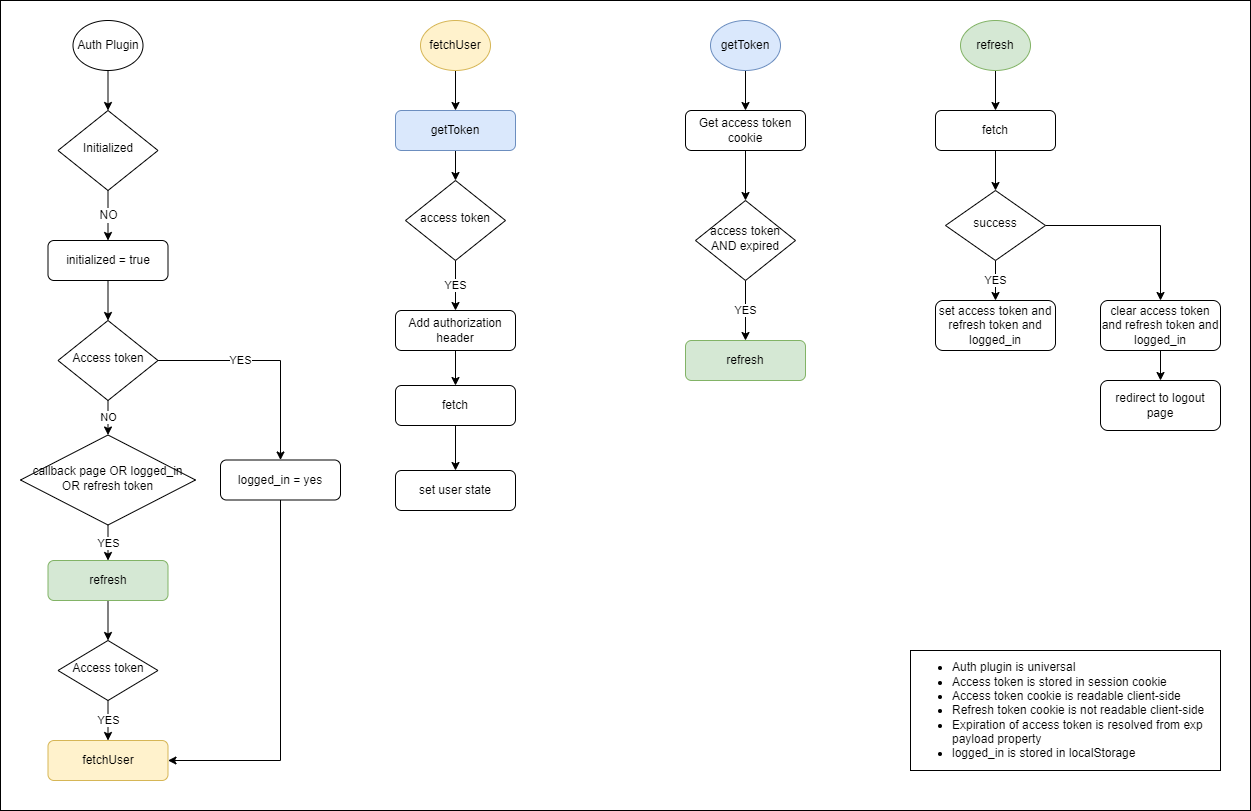
Earlier version of the draw.io export design/2-2-5.png (becem-gharbi/nuxt-directus). Source tidied: cells renumbered, new cells last; positions are measured from the earlier drawing's top-left corner, leaving out a move shared by most shapes.
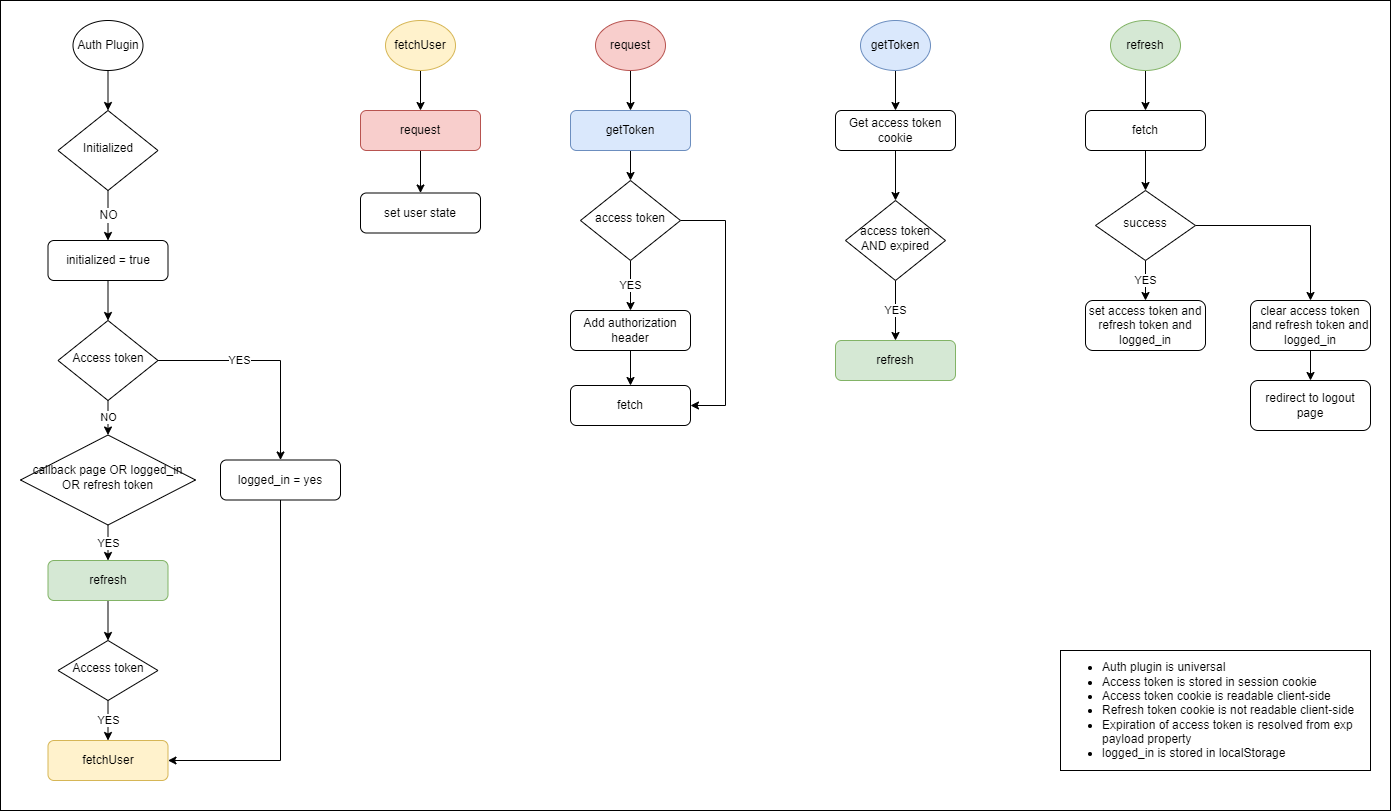
The same file after the commit.

What changed in the source:
```diff
@@ -3,7 +3,7 @@
     <mxCell id="0" />
     <mxCell id="1" parent="0" />
     <mxCell id="2" style="rounded=0;whiteSpace=wrap;html=1;fontSize=12;glass=0;fillColor=none;" parent="1" vertex="1">
-      <mxGeometry width="1250" height="810" as="geometry" />
+      <mxGeometry width="1390" height="810" as="geometry" />
     </mxCell>
     <mxCell id="3" value="NO" style="edgeStyle=orthogonalEdgeStyle;rounded=0;jettySize=auto;html=1;entryX=0.5;entryY=0;entryDx=0;entryDy=0;fontSize=12;" parent="1" edge="1" source="4" target="38">
       <mxGeometry relative="1" as="geometry" />
@@ -17,68 +17,44 @@
     <mxCell id="6" value="Auth Plugin" style="ellipse;whiteSpace=wrap;html=1;" parent="1" vertex="1">
       <mxGeometry x="72.5" y="20" width="70" height="50" as="geometry" />
     </mxCell>
-    <mxCell id="7" style="edgeStyle=orthogonalEdgeStyle;rounded=0;jettySize=auto;html=1;entryX=0.5;entryY=0;entryDx=0;entryDy=0;" parent="1" edge="1" source="8" target="10">
+    <mxCell id="7" style="edgeStyle=orthogonalEdgeStyle;rounded=0;jettySize=auto;html=1;entryX=0.5;entryY=0;entryDx=0;entryDy=0;" parent="1" edge="1" source="8" target="55">
       <mxGeometry relative="1" as="geometry" />
     </mxCell>
     <mxCell id="8" value="fetchUser" style="ellipse;whiteSpace=wrap;html=1;fillColor=#fff2cc;strokeColor=#d6b656;" parent="1" vertex="1">
-      <mxGeometry x="420" y="20" width="70" height="50" as="geometry" />
+      <mxGeometry x="385" y="20" width="70" height="50" as="geometry" />
     </mxCell>
-    <mxCell id="9" style="edgeStyle=orthogonalEdgeStyle;rounded=0;jettySize=auto;html=1;entryX=0.5;entryY=0;entryDx=0;entryDy=0;" parent="1" edge="1" source="10" target="12">
-      <mxGeometry relative="1" as="geometry" />
-    </mxCell>
-    <mxCell id="10" value="getToken" style="rounded=1;whiteSpace=wrap;html=1;fontSize=12;glass=0;strokeWidth=1;shadow=0;fillColor=#dae8fc;strokeColor=#6c8ebf;" parent="1" vertex="1">
-      <mxGeometry x="395" y="110" width="120" height="40" as="geometry" />
-    </mxCell>
-    <mxCell id="11" value="YES" style="edgeStyle=orthogonalEdgeStyle;rounded=0;jettySize=auto;html=1;entryX=0.5;entryY=0;entryDx=0;entryDy=0;" parent="1" edge="1" source="12" target="14">
-      <mxGeometry relative="1" as="geometry" />
-    </mxCell>
-    <mxCell id="12" value="access token" style="rhombus;whiteSpace=wrap;html=1;shadow=0;fontFamily=Helvetica;fontSize=12;align=center;strokeWidth=1;spacing=6;spacingTop=-4;" parent="1" vertex="1">
-      <mxGeometry x="405" y="180" width="100" height="80" as="geometry" />
-    </mxCell>
-    <mxCell id="13" style="edgeStyle=orthogonalEdgeStyle;rounded=0;jettySize=auto;html=1;entryX=0.5;entryY=0;entryDx=0;entryDy=0;" parent="1" edge="1" source="14" target="16">
-      <mxGeometry relative="1" as="geometry" />
-    </mxCell>
-    <mxCell id="14" value="Add authorization header" style="rounded=1;whiteSpace=wrap;html=1;fontSize=12;glass=0;strokeWidth=1;shadow=0;" parent="1" vertex="1">
-      <mxGeometry x="395" y="310" width="120" height="40" as="geometry" />
-    </mxCell>
-    <mxCell id="15" style="edgeStyle=orthogonalEdgeStyle;rounded=0;jettySize=auto;html=1;fontSize=12;" parent="1" edge="1" source="16" target="36">
-      <mxGeometry relative="1" as="geometry" />
-    </mxCell>
-    <mxCell id="16" value="fetch" style="rounded=1;whiteSpace=wrap;html=1;fontSize=12;glass=0;strokeWidth=1;shadow=0;" parent="1" vertex="1">
-      <mxGeometry x="395" y="385" width="120" height="40" as="geometry" />
-    </mxCell>
     <mxCell id="17" style="edgeStyle=orthogonalEdgeStyle;rounded=0;jettySize=auto;html=1;entryX=0.5;entryY=0;entryDx=0;entryDy=0;" parent="1" edge="1" source="18" target="20">
       <mxGeometry relative="1" as="geometry" />
     </mxCell>
     <mxCell id="18" value="getToken" style="ellipse;whiteSpace=wrap;html=1;fillColor=#dae8fc;strokeColor=#6c8ebf;" parent="1" vertex="1">
-      <mxGeometry x="710" y="20" width="70" height="50" as="geometry" />
+      <mxGeometry x="860" y="20" width="70" height="50" as="geometry" />
     </mxCell>
     <mxCell id="19" style="edgeStyle=orthogonalEdgeStyle;rounded=0;jettySize=auto;html=1;entryX=0.5;entryY=0;entryDx=0;entryDy=0;" parent="1" edge="1" source="20" target="22">
       <mxGeometry relative="1" as="geometry" />
     </mxCell>
     <mxCell id="20" value="Get access token cookie" style="rounded=1;whiteSpace=wrap;html=1;fontSize=12;glass=0;strokeWidth=1;shadow=0;" parent="1" vertex="1">
-      <mxGeometry x="685" y="110" width="120" height="40" as="geometry" />
+      <mxGeometry x="835" y="110" width="120" height="40" as="geometry" />
     </mxCell>
     <mxCell id="21" value="YES" style="edgeStyle=orthogonalEdgeStyle;rounded=0;jettySize=auto;html=1;entryX=0.5;entryY=0;entryDx=0;entryDy=0;" parent="1" edge="1" source="22" target="23">
       <mxGeometry relative="1" as="geometry" />
     </mxCell>
     <mxCell id="22" value="access token AND expired" style="rhombus;whiteSpace=wrap;html=1;shadow=0;fontFamily=Helvetica;fontSize=12;align=center;strokeWidth=1;spacing=6;spacingTop=-4;" parent="1" vertex="1">
-      <mxGeometry x="695" y="200" width="100" height="80" as="geometry" />
+      <mxGeometry x="845" y="200" width="100" height="80" as="geometry" />
     </mxCell>
     <mxCell id="23" value="refresh" style="rounded=1;whiteSpace=wrap;html=1;fontSize=12;glass=0;strokeWidth=1;shadow=0;fillColor=#d5e8d4;strokeColor=#82b366;" parent="1" vertex="1">
-      <mxGeometry x="685" y="340" width="120" height="40" as="geometry" />
+      <mxGeometry x="835" y="340" width="120" height="40" as="geometry" />
     </mxCell>
     <mxCell id="24" style="edgeStyle=orthogonalEdgeStyle;rounded=0;jettySize=auto;html=1;entryX=0.5;entryY=0;entryDx=0;entryDy=0;" parent="1" edge="1" source="25" target="27">
       <mxGeometry relative="1" as="geometry" />
     </mxCell>
     <mxCell id="25" value="refresh" style="ellipse;whiteSpace=wrap;html=1;fillColor=#d5e8d4;strokeColor=#82b366;" parent="1" vertex="1">
-      <mxGeometry x="960" y="20" width="70" height="50" as="geometry" />
+      <mxGeometry x="1110" y="20" width="70" height="50" as="geometry" />
     </mxCell>
     <mxCell id="26" style="edgeStyle=orthogonalEdgeStyle;rounded=0;jettySize=auto;html=1;entryX=0.5;entryY=0;entryDx=0;entryDy=0;" parent="1" edge="1" source="27" target="30">
       <mxGeometry relative="1" as="geometry" />
     </mxCell>
     <mxCell id="27" value="fetch" style="rounded=1;whiteSpace=wrap;html=1;fontSize=12;glass=0;strokeWidth=1;shadow=0;" parent="1" vertex="1">
-      <mxGeometry x="935" y="110" width="120" height="40" as="geometry" />
+      <mxGeometry x="1085" y="110" width="120" height="40" as="geometry" />
     </mxCell>
     <mxCell id="28" value="YES" style="edgeStyle=orthogonalEdgeStyle;rounded=0;jettySize=auto;html=1;" parent="1" edge="1" source="30" target="31">
       <mxGeometry relative="1" as="geometry" />
@@ -87,25 +63,25 @@
       <mxGeometry relative="1" as="geometry" />
     </mxCell>
     <mxCell id="30" value="success" style="rhombus;whiteSpace=wrap;html=1;shadow=0;fontFamily=Helvetica;fontSize=12;align=center;strokeWidth=1;spacing=6;spacingTop=-4;" parent="1" vertex="1">
-      <mxGeometry x="945" y="190" width="100" height="70" as="geometry" />
+      <mxGeometry x="1095" y="190" width="100" height="70" as="geometry" />
     </mxCell>
     <mxCell id="31" value="set access token and refresh token and logged_in" style="rounded=1;whiteSpace=wrap;html=1;fontSize=12;glass=0;strokeWidth=1;shadow=0;" parent="1" vertex="1">
-      <mxGeometry x="935" y="300" width="120" height="50" as="geometry" />
+      <mxGeometry x="1085" y="300" width="120" height="50" as="geometry" />
     </mxCell>
     <mxCell id="32" style="edgeStyle=orthogonalEdgeStyle;rounded=0;jettySize=auto;html=1;" parent="1" edge="1" source="33" target="34">
       <mxGeometry relative="1" as="geometry" />
     </mxCell>
     <mxCell id="33" value="clear access token and refresh token and logged_in" style="rounded=1;whiteSpace=wrap;html=1;fontSize=12;glass=0;strokeWidth=1;shadow=0;" parent="1" vertex="1">
-      <mxGeometry x="1100" y="300" width="120" height="50" as="geometry" />
+      <mxGeometry x="1250" y="300" width="120" height="50" as="geometry" />
     </mxCell>
     <mxCell id="34" value="redirect to logout page" style="rounded=1;whiteSpace=wrap;html=1;fontSize=12;glass=0;strokeWidth=1;shadow=0;" parent="1" vertex="1">
-      <mxGeometry x="1100" y="380" width="120" height="50" as="geometry" />
+      <mxGeometry x="1250" y="380" width="120" height="50" as="geometry" />
     </mxCell>
     <mxCell id="35" value="&lt;font style=&quot;font-size: 12px;&quot;&gt;&lt;ul&gt;&lt;li&gt;&lt;font style=&quot;font-size: 12px;&quot;&gt;Auth plugin is universal&lt;/font&gt;&lt;/li&gt;&lt;li&gt;&lt;font style=&quot;font-size: 12px;&quot;&gt;Access token is stored in session cookie&lt;/font&gt;&lt;/li&gt;&lt;li&gt;&lt;font style=&quot;font-size: 12px;&quot;&gt;Access token cookie is readable client-side&amp;nbsp;&lt;/font&gt;&lt;/li&gt;&lt;li&gt;Refresh token cookie is not readable client-side&lt;/li&gt;&lt;li&gt;&lt;font style=&quot;font-size: 12px;&quot;&gt;Expiration of access token is resolved from exp payload property&lt;/font&gt;&lt;/li&gt;&lt;li&gt;logged_in is stored in localStorage&lt;/li&gt;&lt;/ul&gt;&lt;/font&gt;" style="rounded=0;whiteSpace=wrap;html=1;align=left;" parent="1" vertex="1">
-      <mxGeometry x="910" y="650" width="310" height="120" as="geometry" />
+      <mxGeometry x="1060" y="650" width="310" height="120" as="geometry" />
     </mxCell>
     <mxCell id="36" value="set user state" style="rounded=1;whiteSpace=wrap;html=1;fontSize=12;glass=0;strokeWidth=1;shadow=0;" parent="1" vertex="1">
-      <mxGeometry x="395" y="470" width="120" height="40" as="geometry" />
+      <mxGeometry x="360" y="192.5" width="120" height="40" as="geometry" />
     </mxCell>
     <mxCell id="37" style="edgeStyle=orthogonalEdgeStyle;rounded=0;jettySize=auto;html=1;" parent="1" edge="1" source="38" target="41">
       <mxGeometry relative="1" as="geometry" />
@@ -153,5 +129,46 @@
     <mxCell id="50" value="Access token" style="rhombus;whiteSpace=wrap;html=1;shadow=0;fontFamily=Helvetica;fontSize=12;align=center;strokeWidth=1;spacing=6;spacingTop=-4;" parent="1" vertex="1">
       <mxGeometry x="57.5" y="640" width="100" height="60" as="geometry" />
     </mxCell>
+    <mxCell id="51" style="edgeStyle=orthogonalEdgeStyle;rounded=0;jettySize=auto;html=1;entryX=0.5;entryY=0;entryDx=0;entryDy=0;" parent="1" edge="1" source="52" target="10">
+      <mxGeometry relative="1" as="geometry" />
+    </mxCell>
+    <mxCell id="52" value="request" style="ellipse;whiteSpace=wrap;html=1;fillColor=#f8cecc;strokeColor=#b85450;" parent="1" vertex="1">
+      <mxGeometry x="595" y="20" width="70" height="50" as="geometry" />
+    </mxCell>
+    <mxCell id="9" style="edgeStyle=orthogonalEdgeStyle;rounded=0;jettySize=auto;html=1;entryX=0.5;entryY=0;entryDx=0;entryDy=0;" parent="1" edge="1" source="10" target="12">
+      <mxGeometry relative="1" as="geometry" />
+    </mxCell>
+    <mxCell id="10" value="getToken" style="rounded=1;whiteSpace=wrap;html=1;fontSize=12;glass=0;strokeWidth=1;shadow=0;fillColor=#dae8fc;strokeColor=#6c8ebf;" parent="1" vertex="1">
+      <mxGeometry x="570" y="110" width="120" height="40" as="geometry" />
+    </mxCell>
+    <mxCell id="11" value="YES" style="edgeStyle=orthogonalEdgeStyle;rounded=0;jettySize=auto;html=1;entryX=0.5;entryY=0;entryDx=0;entryDy=0;" parent="1" edge="1" source="12" target="14">
+      <mxGeometry relative="1" as="geometry" />
+    </mxCell>
+    <mxCell id="53" style="edgeStyle=orthogonalEdgeStyle;rounded=0;jettySize=auto;html=1;entryX=1;entryY=0.5;entryDx=0;entryDy=0;" parent="1" edge="1" source="12" target="16">
+      <mxGeometry x="-0.14" y="10" relative="1" as="geometry">
+        <Array as="points">
+          <mxPoint x="725" y="220" />
+          <mxPoint x="725" y="405" />
+        </Array>
+      </mxGeometry>
+    </mxCell>
+    <mxCell id="12" value="access token" style="rhombus;whiteSpace=wrap;html=1;shadow=0;fontFamily=Helvetica;fontSize=12;align=center;strokeWidth=1;spacing=6;spacingTop=-4;" parent="1" vertex="1">
+      <mxGeometry x="580" y="180" width="100" height="80" as="geometry" />
+    </mxCell>
+    <mxCell id="13" style="edgeStyle=orthogonalEdgeStyle;rounded=0;jettySize=auto;html=1;entryX=0.5;entryY=0;entryDx=0;entryDy=0;" parent="1" edge="1" source="14" target="16">
+      <mxGeometry relative="1" as="geometry" />
+    </mxCell>
+    <mxCell id="14" value="Add authorization header" style="rounded=1;whiteSpace=wrap;html=1;fontSize=12;glass=0;strokeWidth=1;shadow=0;" parent="1" vertex="1">
+      <mxGeometry x="570" y="310" width="120" height="40" as="geometry" />
+    </mxCell>
+    <mxCell id="16" value="fetch" style="rounded=1;whiteSpace=wrap;html=1;fontSize=12;glass=0;strokeWidth=1;shadow=0;" parent="1" vertex="1">
+      <mxGeometry x="570" y="385" width="120" height="40" as="geometry" />
+    </mxCell>
+    <mxCell id="54" style="edgeStyle=orthogonalEdgeStyle;rounded=0;jettySize=auto;html=1;entryX=0.5;entryY=0;entryDx=0;entryDy=0;" parent="1" edge="1" source="55" target="36">
+      <mxGeometry relative="1" as="geometry" />
+    </mxCell>
+    <mxCell id="55" value="request" style="rounded=1;whiteSpace=wrap;html=1;fontSize=12;glass=0;strokeWidth=1;shadow=0;fillColor=#f8cecc;strokeColor=#b85450;" parent="1" vertex="1">
+      <mxGeometry x="360" y="110" width="120" height="40" as="geometry" />
+    </mxCell>
   </root>
 </mxGraphModel>
```
